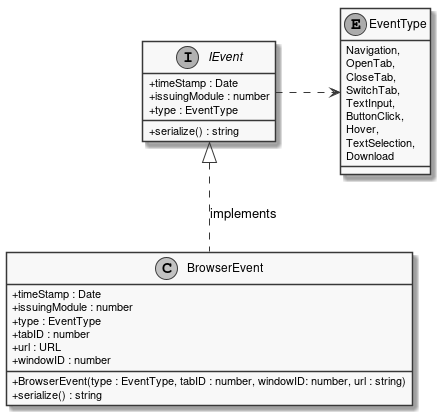
The PlantUML diagram documents/sd/resources/Classes/BrowserExtension/Shared/BrowserEvent.png in insightmind/MORR, before a commit.
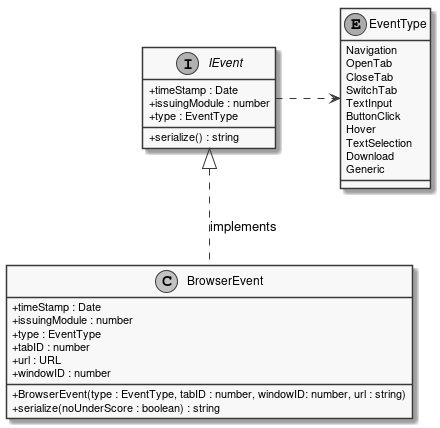
Later version of the same file.

What changed in the source:
```diff
@@ -11,15 +11,16 @@
 IEvent .RIGHT.> EventType : uses
 
 enum EventType {
-    Navigation,
-    OpenTab,
-    CloseTab,
-    SwitchTab,
-    TextInput,
-    ButtonClick,
-    Hover,
-    TextSelection,
+    Navigation
+    OpenTab
+    CloseTab
+    SwitchTab
+    TextInput
+    ButtonClick
+    Hover
+    TextSelection
     Download
+    Generic
 }
 IEvent <|.DOWN. BrowserEvent : implements
 class BrowserEvent {
@@ -27,10 +28,10 @@
     + timeStamp : Date
     + issuingModule : number
     + type : EventType
-    + serialize() : string
     + tabID : number
     + url : URL
     + windowID : number
+    + serialize(noUnderScore : boolean) : string
 }
 
 @enduml
```
